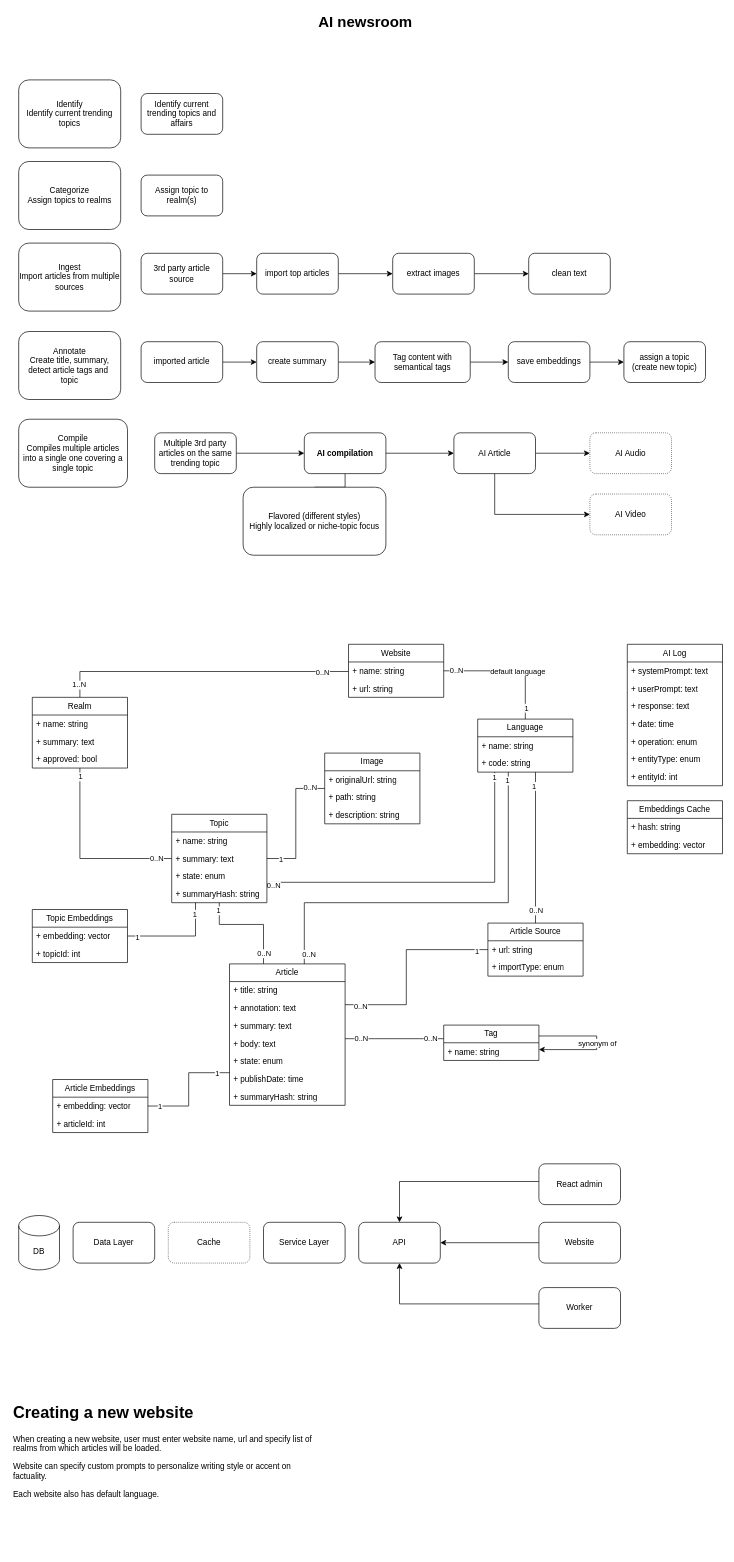
The draw.io diagram doc/WorldNews.drawio in lotcz/world-news, before the edit. Source tidied: cells renumbered, new cells numbered last; positions are measured from the earlier drawing's top-left corner, leaving out a move shared by most shapes. Both pictures are drawn from the tidied source at 68%, with x=0, y=0 at pixel (12, 12).
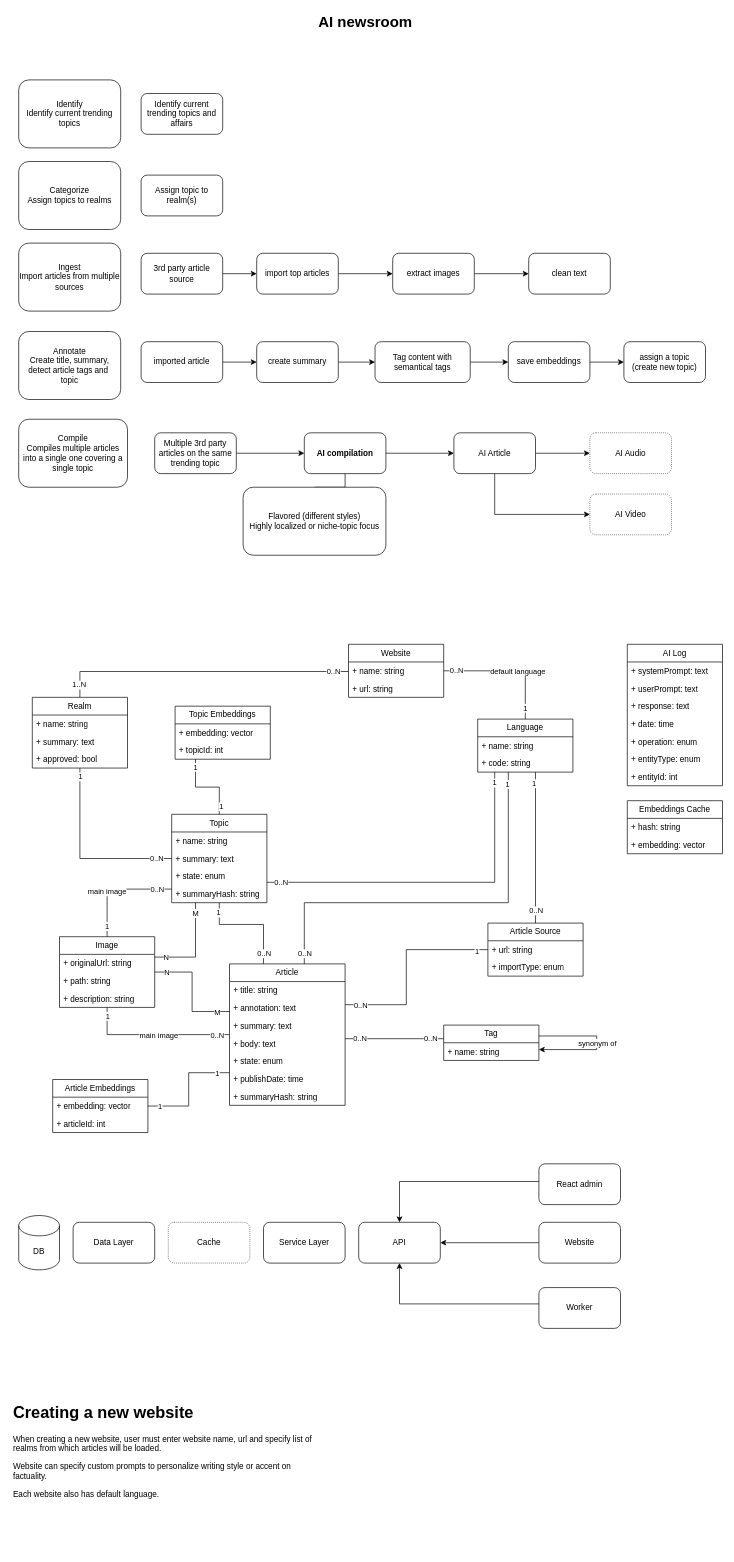
The same page after the edit.

The change refers to these unchanged cells:
```xml
<mxCell id="25" style="edgeStyle=orthogonalEdgeStyle;rounded=0;jettySize=auto;html=1;endArrow=none;endFill=0;" parent="1" edge="1" source="28" target="39">
  <mxGeometry relative="1" as="geometry">
    <Array as="points">
      <mxPoint x="710" y="1280" />
    </Array>
  </mxGeometry>
</mxCell>
<mxCell id="28" value="Topic" style="swimlane;fontStyle=0;horizontal=1;startSize=26;fillColor=none;whiteSpace=wrap;html=1;" parent="1" vertex="1">
  <mxGeometry x="235" y="1180" width="140" height="130" as="geometry" />
</mxCell>
<mxCell id="33" style="edgeStyle=orthogonalEdgeStyle;shape=connector;rounded=0;jettySize=auto;html=1;strokeColor=default;align=center;verticalAlign=middle;fontFamily=Helvetica;fontSize=11;fontColor=default;labelBackgroundColor=default;endArrow=none;endFill=0;" parent="1" edge="1" source="36" target="39">
  <mxGeometry relative="1" as="geometry">
    <Array as="points">
      <mxPoint x="770" y="1073" />
    </Array>
  </mxGeometry>
</mxCell>
<mxCell id="42" style="edgeStyle=orthogonalEdgeStyle;rounded=0;jettySize=auto;html=1;endArrow=none;endFill=0;" parent="1" edge="1" source="51" target="39">
  <mxGeometry relative="1" as="geometry">
    <Array as="points">
      <mxPoint x="430" y="1310" />
      <mxPoint x="730" y="1310" />
    </Array>
  </mxGeometry>
</mxCell>
<mxCell id="45" style="edgeStyle=orthogonalEdgeStyle;rounded=0;jettySize=auto;html=1;endArrow=none;endFill=0;" parent="1" edge="1" source="51" target="28">
  <mxGeometry relative="1" as="geometry">
    <Array as="points">
      <mxPoint x="370" y="1342" />
      <mxPoint x="305" y="1342" />
    </Array>
  </mxGeometry>
</mxCell>
<mxCell id="48" style="edgeStyle=orthogonalEdgeStyle;shape=connector;rounded=0;jettySize=auto;html=1;strokeColor=default;align=center;verticalAlign=middle;fontFamily=Helvetica;fontSize=11;fontColor=default;labelBackgroundColor=default;endArrow=none;endFill=0;" parent="1" edge="1" source="51" target="36">
  <mxGeometry relative="1" as="geometry">
    <Array as="points">
      <mxPoint x="580" y="1460" />
      <mxPoint x="580" y="1379" />
    </Array>
  </mxGeometry>
</mxCell>
<mxCell id="51" value="Article" style="swimlane;fontStyle=0;horizontal=1;startSize=26;fillColor=none;whiteSpace=wrap;html=1;" parent="1" vertex="1">
  <mxGeometry x="320" y="1400" width="170" height="208" as="geometry" />
</mxCell>
<mxCell id="59" style="edgeStyle=orthogonalEdgeStyle;rounded=0;jettySize=auto;html=1;endArrow=none;endFill=0;" parent="1" edge="1" source="62" target="109">
  <mxGeometry relative="1" as="geometry">
    <Array as="points">
      <mxPoint x="100" y="970" />
    </Array>
  </mxGeometry>
</mxCell>
<mxCell id="86" style="edgeStyle=orthogonalEdgeStyle;rounded=0;jettySize=auto;html=1;endArrow=none;endFill=0;" parent="1" edge="1" source="89" target="51">
  <mxGeometry relative="1" as="geometry">
    <Array as="points">
      <mxPoint x="575" y="1510" />
      <mxPoint x="575" y="1510" />
    </Array>
  </mxGeometry>
</mxCell>
<mxCell id="105" style="edgeStyle=orthogonalEdgeStyle;shape=connector;rounded=0;jettySize=auto;html=1;strokeColor=default;align=center;verticalAlign=middle;fontFamily=Helvetica;fontSize=11;fontColor=default;labelBackgroundColor=default;endArrow=none;endFill=0;" parent="1" edge="1" source="109" target="39">
  <mxGeometry relative="1" as="geometry" />
</mxCell>
```

Diff of the diagram source:
```diff
@@
     <mxCell id="26" value="0..N" style="edgeLabel;html=1;align=center;verticalAlign=middle;" parent="25" vertex="1">
       <mxGeometry x="-0.97" y="-3" relative="1" as="geometry">
-        <mxPoint x="2" y="1" as="offset" />
+        <mxPoint x="13" y="-3" as="offset" />
       </mxGeometry>
     </mxCell>
     <mxCell id="27" value="1" style="edgeLabel;html=1;align=center;verticalAlign=middle;" parent="25" vertex="1">
       <mxGeometry x="0.98" y="-2" relative="1" as="geometry">
-        <mxPoint x="-3" y="2" as="offset" />
+        <mxPoint x="-3" y="10" as="offset" />
       </mxGeometry>
     </mxCell>
+    <mxCell id="137" style="edgeStyle=orthogonalEdgeStyle;shape=connector;rounded=0;jettySize=auto;html=1;strokeColor=default;align=center;verticalAlign=middle;fontFamily=Helvetica;fontSize=11;fontColor=default;labelBackgroundColor=default;endArrow=none;endFill=0;" parent="1" edge="1" source="28" target="69">
+      <mxGeometry relative="1" as="geometry">
+        <Array as="points">
+          <mxPoint x="140" y="1290" />
+        </Array>
+      </mxGeometry>
+    </mxCell>
+    <mxCell id="138" value="1" style="edgeLabel;html=1;align=center;verticalAlign=middle;fontFamily=Helvetica;fontSize=11;fontColor=default;labelBackgroundColor=default;" parent="137" vertex="1">
+      <mxGeometry x="0.81" y="-1" relative="1" as="geometry" />
+    </mxCell>
+    <mxCell id="139" value="0..N" style="edgeLabel;html=1;align=center;verticalAlign=middle;fontFamily=Helvetica;fontSize=11;fontColor=default;labelBackgroundColor=default;" parent="137" vertex="1">
+      <mxGeometry x="-0.81" relative="1" as="geometry">
+        <mxPoint x="-6" as="offset" />
+      </mxGeometry>
+    </mxCell>
+    <mxCell id="140" value="main image" style="edgeLabel;html=1;align=center;verticalAlign=middle;fontFamily=Helvetica;fontSize=11;fontColor=default;labelBackgroundColor=default;" parent="137" vertex="1">
+      <mxGeometry x="0.19" y="-1" relative="1" as="geometry" />
+    </mxCell>
@@
     <mxCell id="35" value="1" style="edgeLabel;html=1;align=center;verticalAlign=middle;fontFamily=Helvetica;fontSize=11;fontColor=default;labelBackgroundColor=default;" parent="33" vertex="1">
       <mxGeometry x="0.84" y="3" relative="1" as="geometry">
-        <mxPoint y="2" as="offset" />
+        <mxPoint y="-2" as="offset" />
       </mxGeometry>
     </mxCell>
@@
     <mxCell id="43" value="1" style="edgeLabel;html=1;align=center;verticalAlign=middle;fontFamily=Helvetica;fontSize=11;fontColor=default;labelBackgroundColor=default;" parent="42" vertex="1">
-      <mxGeometry x="0.96" y="2" relative="1" as="geometry" />
+      <mxGeometry x="0.96" y="2" relative="1" as="geometry">
+        <mxPoint y="5" as="offset" />
+      </mxGeometry>
     </mxCell>
     <mxCell id="44" value="0..N" style="edgeLabel;html=1;align=center;verticalAlign=middle;fontFamily=Helvetica;fontSize=11;fontColor=default;labelBackgroundColor=default;" parent="42" vertex="1">
       <mxGeometry x="-0.95" relative="1" as="geometry">
-        <mxPoint x="6" as="offset" />
+        <mxPoint y="-1" as="offset" />
       </mxGeometry>
     </mxCell>
@@
     <mxCell id="46" value="1" style="edgeLabel;html=1;align=center;verticalAlign=middle;" parent="45" vertex="1">
       <mxGeometry x="0.8" y="-1" relative="1" as="geometry">
-        <mxPoint x="-3" y="-4" as="offset" />
+        <mxPoint x="-3" y="-1" as="offset" />
       </mxGeometry>
     </mxCell>
@@
     <mxCell id="50" value="0..N" style="edgeLabel;html=1;align=center;verticalAlign=middle;fontFamily=Helvetica;fontSize=11;fontColor=default;labelBackgroundColor=default;" parent="48" vertex="1">
-      <mxGeometry x="-0.85" y="-2" relative="1" as="geometry" />
+      <mxGeometry x="-0.85" y="-2" relative="1" as="geometry">
+        <mxPoint y="-2" as="offset" />
+      </mxGeometry>
     </mxCell>
+    <mxCell id="141" style="edgeStyle=orthogonalEdgeStyle;shape=connector;rounded=0;jettySize=auto;html=1;strokeColor=default;align=center;verticalAlign=middle;fontFamily=Helvetica;fontSize=11;fontColor=default;labelBackgroundColor=default;endArrow=none;endFill=0;" parent="1" edge="1" source="51" target="69">
+      <mxGeometry relative="1" as="geometry">
+        <Array as="points">
+          <mxPoint x="140" y="1504" />
+        </Array>
+      </mxGeometry>
+    </mxCell>
+    <mxCell id="142" value="main image" style="edgeLabel;html=1;align=center;verticalAlign=middle;fontFamily=Helvetica;fontSize=11;fontColor=default;labelBackgroundColor=default;" parent="141" vertex="1">
+      <mxGeometry x="-0.05" relative="1" as="geometry" />
+    </mxCell>
+    <mxCell id="143" value="1" style="edgeLabel;html=1;align=center;verticalAlign=middle;fontFamily=Helvetica;fontSize=11;fontColor=default;labelBackgroundColor=default;" parent="141" vertex="1">
+      <mxGeometry x="0.89" relative="1" as="geometry" />
+    </mxCell>
+    <mxCell id="144" value="0..N" style="edgeLabel;html=1;align=center;verticalAlign=middle;fontFamily=Helvetica;fontSize=11;fontColor=default;labelBackgroundColor=default;" parent="141" vertex="1">
+      <mxGeometry x="-0.85" relative="1" as="geometry">
+        <mxPoint x="-2" as="offset" />
+      </mxGeometry>
+    </mxCell>
@@
     <mxCell id="60" value="0..N" style="edgeLabel;html=1;align=center;verticalAlign=middle;fontFamily=Helvetica;fontSize=11;fontColor=default;labelBackgroundColor=default;" parent="59" vertex="1">
-      <mxGeometry x="0.82" relative="1" as="geometry" />
+      <mxGeometry x="0.82" relative="1" as="geometry">
+        <mxPoint x="16" y="-1" as="offset" />
+      </mxGeometry>
     </mxCell>
@@
     <mxCell id="66" style="edgeStyle=orthogonalEdgeStyle;rounded=0;jettySize=auto;html=1;endArrow=none;endFill=0;" parent="1" edge="1" source="69" target="28">
-      <mxGeometry relative="1" as="geometry" />
+      <mxGeometry relative="1" as="geometry">
+        <Array as="points">
+          <mxPoint x="270" y="1390" />
+        </Array>
+      </mxGeometry>
     </mxCell>
-    <mxCell id="67" value="1" style="edgeLabel;html=1;align=center;verticalAlign=middle;fontFamily=Helvetica;fontSize=11;fontColor=default;labelBackgroundColor=default;" parent="66" vertex="1">
+    <mxCell id="67" value="M" style="edgeLabel;html=1;align=center;verticalAlign=middle;fontFamily=Helvetica;fontSize=11;fontColor=default;labelBackgroundColor=default;" parent="66" vertex="1">
       <mxGeometry x="0.79" y="1" relative="1" as="geometry" />
     </mxCell>
-    <mxCell id="68" value="0..N" style="edgeLabel;html=1;align=center;verticalAlign=middle;fontFamily=Helvetica;fontSize=11;fontColor=default;labelBackgroundColor=default;" parent="66" vertex="1">
+    <mxCell id="68" value="N" style="edgeLabel;html=1;align=center;verticalAlign=middle;fontFamily=Helvetica;fontSize=11;fontColor=default;labelBackgroundColor=default;" parent="66" vertex="1">
       <mxGeometry x="-0.77" y="-1" relative="1" as="geometry">
         <mxPoint y="-1" as="offset" />
       </mxGeometry>
     </mxCell>
+    <mxCell id="145" style="edgeStyle=orthogonalEdgeStyle;shape=connector;rounded=0;jettySize=auto;html=1;strokeColor=default;align=center;verticalAlign=middle;fontFamily=Helvetica;fontSize=11;fontColor=default;labelBackgroundColor=default;endArrow=none;endFill=0;" parent="1" edge="1" source="69" target="51">
+      <mxGeometry relative="1" as="geometry">
+        <Array as="points">
+          <mxPoint x="265" y="1412" />
+          <mxPoint x="265" y="1470" />
+        </Array>
+      </mxGeometry>
+    </mxCell>
+    <mxCell id="146" value="M" style="edgeLabel;html=1;align=center;verticalAlign=middle;fontFamily=Helvetica;fontSize=11;fontColor=default;labelBackgroundColor=default;" parent="145" vertex="1">
+      <mxGeometry x="0.73" relative="1" as="geometry">
+        <mxPoint x="4" as="offset" />
+      </mxGeometry>
+    </mxCell>
+    <mxCell id="147" value="N" style="edgeLabel;html=1;align=center;verticalAlign=middle;fontFamily=Helvetica;fontSize=11;fontColor=default;labelBackgroundColor=default;" parent="145" vertex="1">
+      <mxGeometry x="-0.73" y="-3" relative="1" as="geometry">
+        <mxPoint x="-6" y="-3" as="offset" />
+      </mxGeometry>
+    </mxCell>
     <mxCell id="69" value="Image" style="swimlane;fontStyle=0;horizontal=1;startSize=26;fillColor=none;whiteSpace=wrap;html=1;" parent="1" vertex="1">
-      <mxGeometry x="460" y="1090" width="140" height="104" as="geometry" />
+      <mxGeometry x="70" y="1360" width="140" height="104" as="geometry" />
     </mxCell>
@@
     <mxCell id="87" value="0..N" style="edgeLabel;html=1;align=center;verticalAlign=middle;" parent="86" vertex="1">
       <mxGeometry x="0.62" y="1" relative="1" as="geometry">
-        <mxPoint x="-5" y="-2" as="offset" />
+        <mxPoint x="-7" y="-2" as="offset" />
       </mxGeometry>
     </mxCell>
@@
     <mxCell id="107" value="1" style="edgeLabel;html=1;align=center;verticalAlign=middle;fontFamily=Helvetica;fontSize=11;fontColor=default;labelBackgroundColor=default;" parent="105" vertex="1">
-      <mxGeometry x="0.82" y="1" relative="1" as="geometry" />
+      <mxGeometry x="0.82" y="1" relative="1" as="geometry">
+        <mxPoint x="-2" as="offset" />
+      </mxGeometry>
     </mxCell>
@@
     <mxCell id="121" style="edgeStyle=orthogonalEdgeStyle;rounded=0;jettySize=auto;html=1;endArrow=none;endFill=0;" parent="1" edge="1" source="124" target="28">
       <mxGeometry relative="1" as="geometry">
         <Array as="points">
-          <mxPoint x="270" y="1359" />
+          <mxPoint x="270" y="1140" />
+          <mxPoint x="305" y="1140" />
         </Array>
       </mxGeometry>
     </mxCell>
@@
     <mxCell id="124" value="Topic Embeddings" style="swimlane;fontStyle=0;horizontal=1;startSize=26;fillColor=none;whiteSpace=wrap;html=1;" parent="1" vertex="1">
-      <mxGeometry x="30" y="1320" width="140" height="78" as="geometry" />
+      <mxGeometry x="240" y="1021" width="140" height="78" as="geometry" />
     </mxCell>
```
